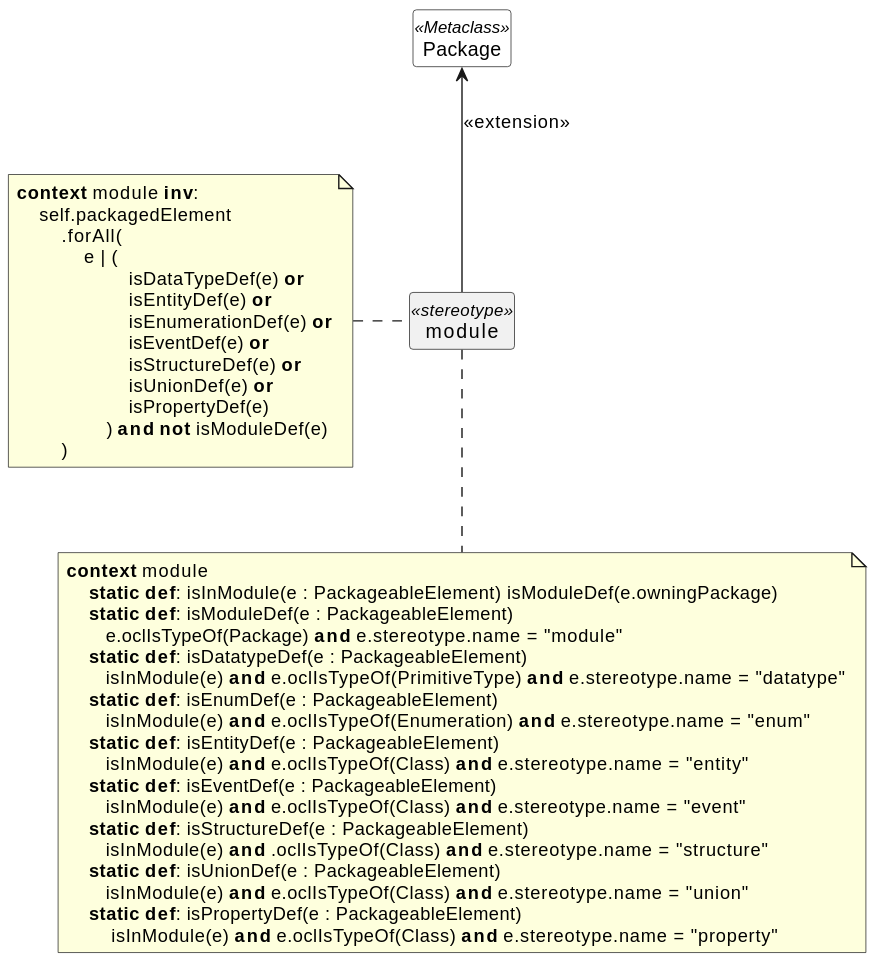
sdm-lang/tree-sitter-sdml keeps this PlantUML diagram as docs/uml-profile-module.svg. Above is the earlier version. The source it was exported from:
```plantuml
@startuml
skinparam backgroundColor transparent
skinparam style strictuml
skinparam linetype polyline
skinparam nodesep 40

hide circle
hide members

class Package <<Metaclass>> #white {}
class module <<stereotype>> {}
module -up-> Package: <<extension>>

note left of module
**context** module **inv**:
    self.packagedElement
        .forAll(
            e | (
                    isDataTypeDef(e) **or**
                    isEntityDef(e) **or**
                    isEnumerationDef(e) **or**
                    isEventDef(e) **or**
                    isStructureDef(e) **or**
                    isUnionDef(e) **or**
                    isPropertyDef(e)
                ) **and** **not** isModuleDef(e)
        )
end note

note bottom of module
**context** module
    **static** **def**: isInModule(e : PackageableElement) isModuleDef(e.owningPackage)
    **static** **def**: isModuleDef(e : PackageableElement)
       e.oclIsTypeOf(Package) **and** e.stereotype.name = "module"
    **static** **def**: isDatatypeDef(e : PackageableElement)
       isInModule(e) **and** e.oclIsTypeOf(PrimitiveType) **and** e.stereotype.name = "datatype"
    **static** **def**: isEnumDef(e : PackageableElement)
       isInModule(e) **and** e.oclIsTypeOf(Enumeration) **and** e.stereotype.name = "enum"
    **static** **def**: isEntityDef(e : PackageableElement)
       isInModule(e) **and** e.oclIsTypeOf(Class) **and** e.stereotype.name = "entity"
    **static** **def**: isEventDef(e : PackageableElement)
       isInModule(e) **and** e.oclIsTypeOf(Class) **and** e.stereotype.name = "event"
    **static** **def**: isStructureDef(e : PackageableElement)
       isInModule(e) **and** .oclIsTypeOf(Class) **and** e.stereotype.name = "structure"
    **static** **def**: isUnionDef(e : PackageableElement)
       isInModule(e) **and** e.oclIsTypeOf(Class) **and** e.stereotype.name = "union"
    **static** **def**: isPropertyDef(e : PackageableElement)
        isInModule(e) **and** e.oclIsTypeOf(Class) **and** e.stereotype.name = "property"
end note
@enduml
```
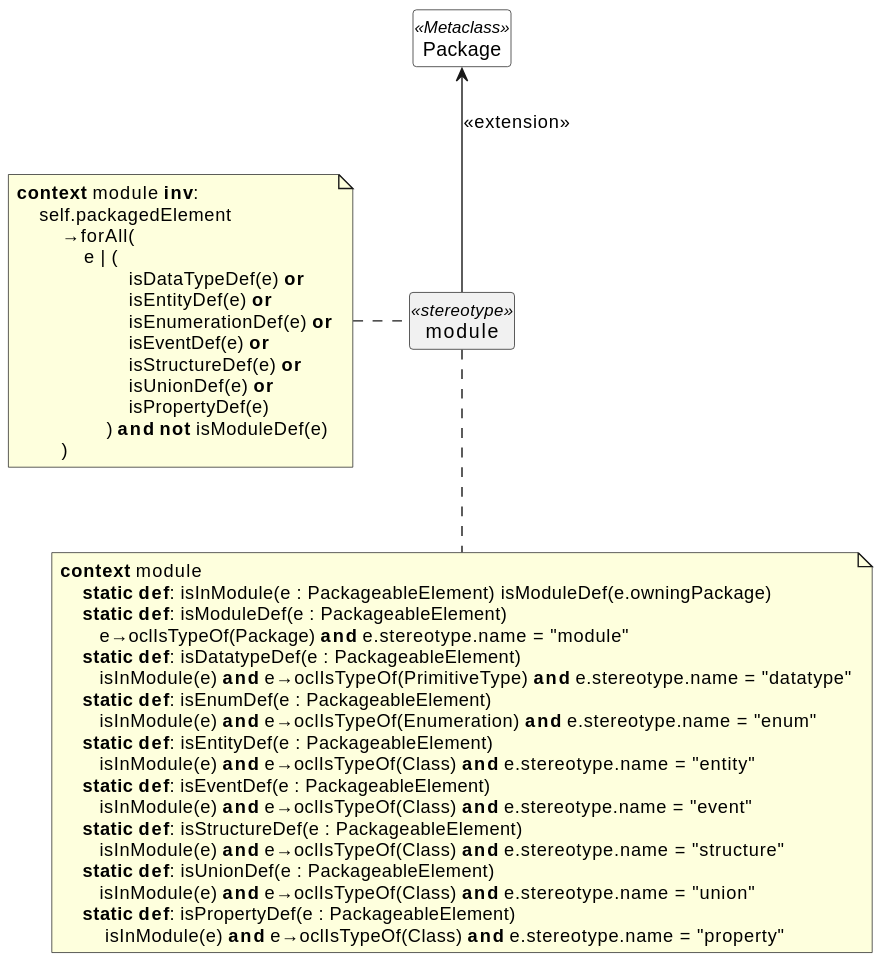
The same file after the commit.

Change to the diagram source:
```diff
@@ -14,7 +14,7 @@
 note left of module
 **context** module **inv**:
     self.packagedElement
-        .forAll(
+        →forAll(
             e | (
                     isDataTypeDef(e) **or**
                     isEntityDef(e) **or**
@@ -31,20 +31,20 @@
 **context** module
     **static** **def**: isInModule(e : PackageableElement) isModuleDef(e.owningPackage)
     **static** **def**: isModuleDef(e : PackageableElement)
-       e.oclIsTypeOf(Package) **and** e.stereotype.name = "module"
+       e→oclIsTypeOf(Package) **and** e.stereotype.name = "module"
     **static** **def**: isDatatypeDef(e : PackageableElement)
-       isInModule(e) **and** e.oclIsTypeOf(PrimitiveType) **and** e.stereotype.name = "datatype"
+       isInModule(e) **and** e→oclIsTypeOf(PrimitiveType) **and** e.stereotype.name = "datatype"
     **static** **def**: isEnumDef(e : PackageableElement)
-       isInModule(e) **and** e.oclIsTypeOf(Enumeration) **and** e.stereotype.name = "enum"
+       isInModule(e) **and** e→oclIsTypeOf(Enumeration) **and** e.stereotype.name = "enum"
     **static** **def**: isEntityDef(e : PackageableElement)
-       isInModule(e) **and** e.oclIsTypeOf(Class) **and** e.stereotype.name = "entity"
+       isInModule(e) **and** e→oclIsTypeOf(Class) **and** e.stereotype.name = "entity"
     **static** **def**: isEventDef(e : PackageableElement)
-       isInModule(e) **and** e.oclIsTypeOf(Class) **and** e.stereotype.name = "event"
+       isInModule(e) **and** e→oclIsTypeOf(Class) **and** e.stereotype.name = "event"
     **static** **def**: isStructureDef(e : PackageableElement)
-       isInModule(e) **and** .oclIsTypeOf(Class) **and** e.stereotype.name = "structure"
+       isInModule(e) **and** e→oclIsTypeOf(Class) **and** e.stereotype.name = "structure"
     **static** **def**: isUnionDef(e : PackageableElement)
-       isInModule(e) **and** e.oclIsTypeOf(Class) **and** e.stereotype.name = "union"
+       isInModule(e) **and** e→oclIsTypeOf(Class) **and** e.stereotype.name = "union"
     **static** **def**: isPropertyDef(e : PackageableElement)
-        isInModule(e) **and** e.oclIsTypeOf(Class) **and** e.stereotype.name = "property"
+        isInModule(e) **and** e→oclIsTypeOf(Class) **and** e.stereotype.name = "property"
 end note
 @enduml
```
